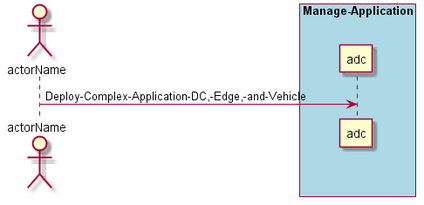
Before: docs/UseCases/Manage-Applications/Deploy-Complex-Application-DC,-Edge,-and-Vehicle.png, a diagram exported from PlantUML (CAADE/ADC).
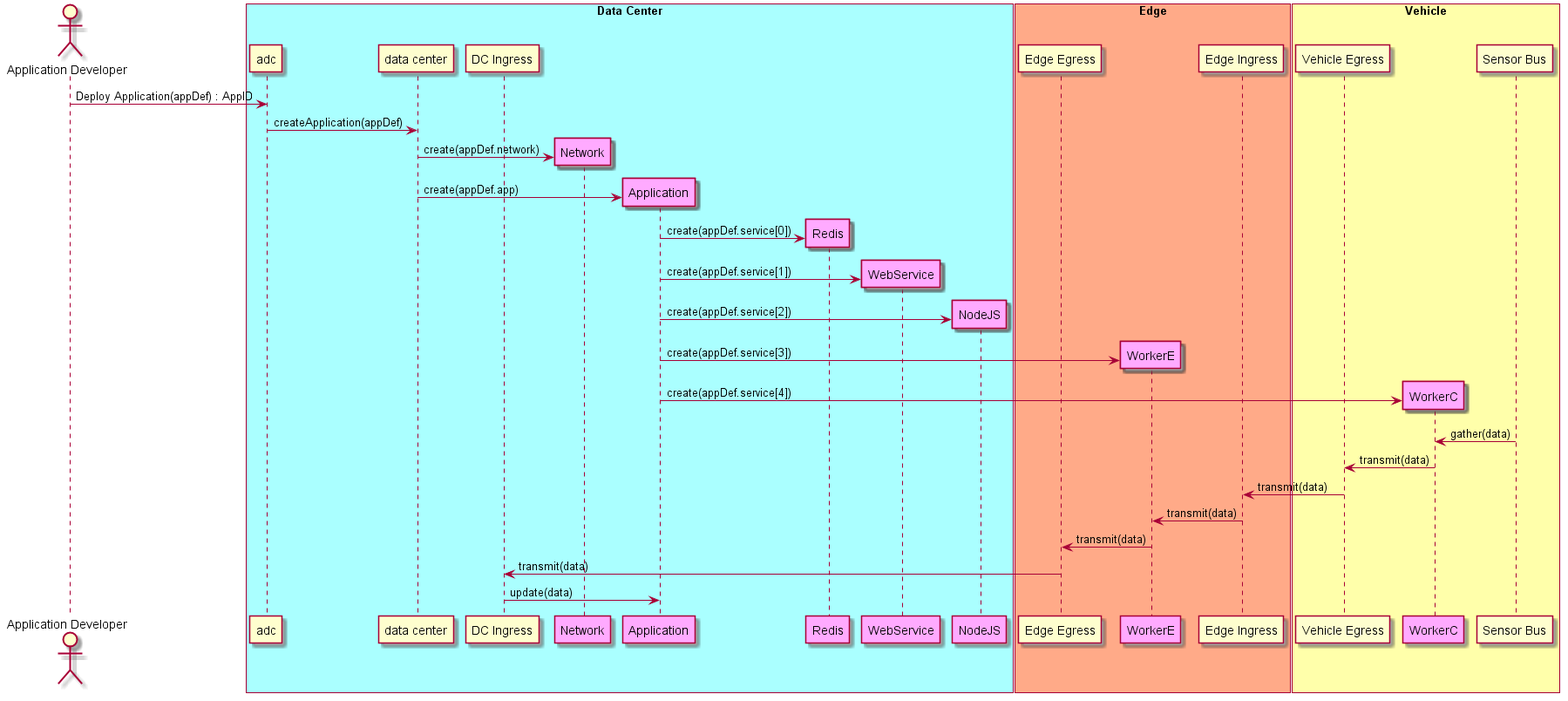
After the commit.

Commit message:
Use Cases for Complex and Simple Applications

The edit, as a diff of the source:
```diff
@@ -1,9 +1,42 @@
 @startuml
-Actor "actorName" as A
+Actor "Application Developer" as dev
 
-box "Manage-Application" #lightblue
-participant "adc" as S
-A -> S : Deploy-Complex-Application-DC,-Edge,-and-Vehicle
+box "Data Center" #aaffff
+    participant "adc" as S
+    participant "data center" as DC
+    participant "DC Ingress" as DCI
+    dev -> S : Deploy Application(appDef) : AppID
+    S -> DC : createApplication(appDef)
+    create "Network" as net #ffaaff
+    DC -> net : create(appDef.network)
+    create "Application" as app #ffaaff
+    DC -> app : create(appDef.app)
+    create "Redis" as redis #ffaaff
+    app -> redis : create(appDef.service[0])
+    create "WebService" as web #ffaaff
+    app -> web: create(appDef.service[1])
+    create "NodeJS" as node #ffaaff
+    app -> node: create(appDef.service[2])
 end box
+box "Edge" #ffaa88
+    participant "Edge Egress" as EE
+    create WorkerE as workere #ffaaff
+    app -> workere: create(appDef.service[3])
+    participant "Edge Ingress" as EI
+end box
+box "Vehicle" #ffffaa
+    participant "Vehicle Egress" as CE
+    create WorkerC as workerc #ffaaff
+    app -> workerc: create(appDef.service[4])
+    participant "Sensor Bus" as CI
+end box
+CI -> workerc : gather(data)
+workerc -> CE : transmit(data)
+CE -> EI : transmit(data)
+EI -> workere : transmit(data)
+workere -> EE : transmit(data)
+EE -> DCI : transmit(data)
+DCI -> app : update(data)
+
 
 @enduml
```
